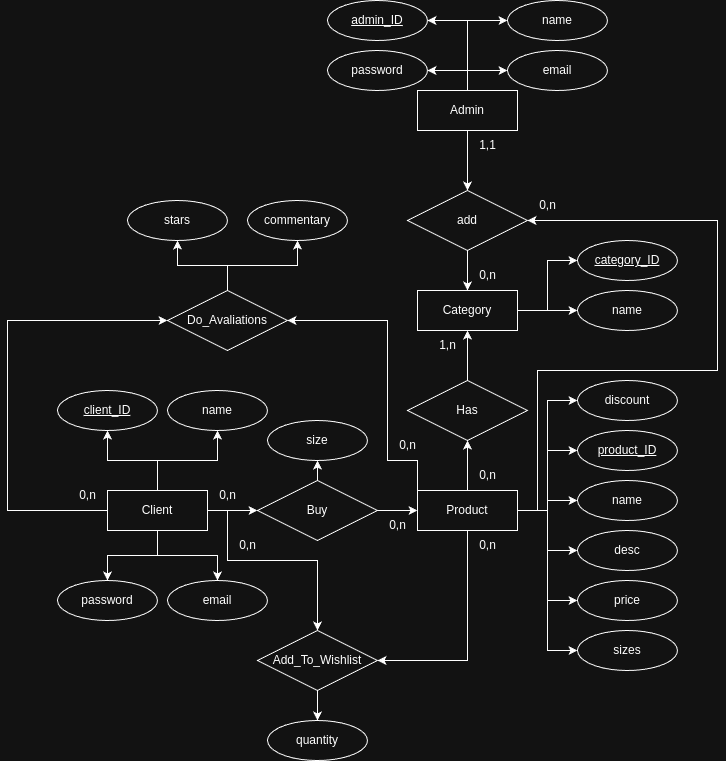
Alysson-Chrysthian/Kp-Esportes_Backend keeps this draw.io diagram as docs/db/KpEsportes_DB_MER.png. Above is the earlier version. Source tidied: cells renumbered, new cells last; positions are measured from the earlier drawing's top-left corner, leaving out a move shared by most shapes.
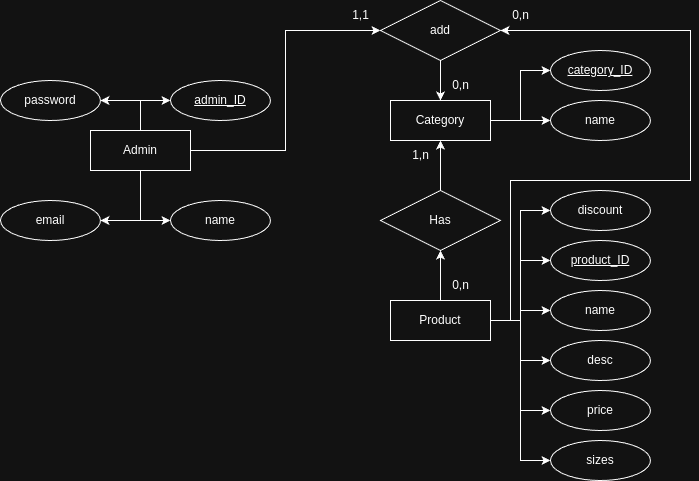
Above is the later version.

Diff of the diagram source:
```diff
@@ -2,32 +2,6 @@
   <root>
     <mxCell id="0" />
     <mxCell id="1" parent="0" />
-    <mxCell id="2" style="edgeStyle=none;rounded=0;jettySize=auto;html=1;" parent="1" edge="1" source="8" target="35">
-      <mxGeometry relative="1" as="geometry" />
-    </mxCell>
-    <mxCell id="3" style="edgeStyle=orthogonalEdgeStyle;rounded=0;jettySize=auto;html=1;entryX=0.5;entryY=1;entryDx=0;entryDy=0;" parent="1" edge="1" source="8" target="48">
-      <mxGeometry relative="1" as="geometry" />
-    </mxCell>
-    <mxCell id="4" style="edgeStyle=orthogonalEdgeStyle;rounded=0;jettySize=auto;html=1;entryX=0.5;entryY=1;entryDx=0;entryDy=0;" parent="1" edge="1" source="8" target="49">
-      <mxGeometry relative="1" as="geometry" />
-    </mxCell>
-    <mxCell id="5" style="edgeStyle=orthogonalEdgeStyle;rounded=0;jettySize=auto;html=1;entryX=0.5;entryY=0;entryDx=0;entryDy=0;" parent="1" edge="1" source="8" target="51">
-      <mxGeometry relative="1" as="geometry" />
-    </mxCell>
-    <mxCell id="6" style="edgeStyle=orthogonalEdgeStyle;rounded=0;jettySize=auto;html=1;entryX=0.5;entryY=0;entryDx=0;entryDy=0;" parent="1" edge="1" source="8" target="50">
-      <mxGeometry relative="1" as="geometry" />
-    </mxCell>
-    <mxCell id="7" style="edgeStyle=orthogonalEdgeStyle;rounded=0;jettySize=auto;html=1;entryX=0;entryY=0.5;entryDx=0;entryDy=0;elbow=vertical;exitX=0;exitY=0.5;exitDx=0;exitDy=0;" parent="1" edge="1" source="8" target="59">
-      <mxGeometry relative="1" as="geometry">
-        <Array as="points">
-          <mxPoint y="510" />
-          <mxPoint y="320" />
-        </Array>
-      </mxGeometry>
-    </mxCell>
-    <mxCell id="8" value="Client" style="whiteSpace=wrap;html=1;align=center;labelBackgroundColor=none;" parent="1" vertex="1">
-      <mxGeometry x="100" y="490" width="100" height="40" as="geometry" />
-    </mxCell>
     <mxCell id="9" style="edgeStyle=orthogonalEdgeStyle;rounded=0;jettySize=auto;html=1;entryX=0.5;entryY=1;entryDx=0;entryDy=0;labelBackgroundColor=none;fontColor=default;" parent="1" edge="1" source="19" target="30">
       <mxGeometry relative="1" as="geometry" />
     </mxCell>
@@ -49,18 +23,6 @@
     <mxCell id="15" style="edgeStyle=orthogonalEdgeStyle;rounded=0;jettySize=auto;html=1;entryX=0;entryY=0.5;entryDx=0;entryDy=0;" parent="1" edge="1" source="19" target="47">
       <mxGeometry relative="1" as="geometry" />
     </mxCell>
-    <mxCell id="16" style="edgeStyle=orthogonalEdgeStyle;rounded=0;jettySize=auto;html=1;entryX=1;entryY=0.5;entryDx=0;entryDy=0;elbow=vertical;exitX=0.5;exitY=1;exitDx=0;exitDy=0;" parent="1" edge="1" source="19" target="53">
-      <mxGeometry relative="1" as="geometry" />
-    </mxCell>
-    <mxCell id="17" style="edgeStyle=orthogonalEdgeStyle;rounded=0;jettySize=auto;html=1;exitX=0;exitY=0;exitDx=0;exitDy=0;entryX=1;entryY=0.5;entryDx=0;entryDy=0;elbow=vertical;" parent="1" edge="1" source="19" target="59">
-      <mxGeometry relative="1" as="geometry">
-        <Array as="points">
-          <mxPoint x="410" y="460" />
-          <mxPoint x="380" y="460" />
-          <mxPoint x="380" y="320" />
-        </Array>
-      </mxGeometry>
-    </mxCell>
     <mxCell id="18" style="edgeStyle=orthogonalEdgeStyle;rounded=0;jettySize=auto;html=1;entryX=1;entryY=0.5;entryDx=0;entryDy=0;elbow=vertical;" parent="1" edge="1" source="19" target="65">
       <mxGeometry relative="1" as="geometry">
         <Array as="points">
@@ -74,23 +36,23 @@
     <mxCell id="19" value="Product" style="whiteSpace=wrap;html=1;align=center;labelBackgroundColor=none;" parent="1" vertex="1">
       <mxGeometry x="410" y="490" width="100" height="40" as="geometry" />
     </mxCell>
-    <mxCell id="20" style="edgeStyle=orthogonalEdgeStyle;rounded=0;jettySize=auto;html=1;entryX=0.5;entryY=0;entryDx=0;entryDy=0;elbow=vertical;" parent="1" edge="1" source="25" target="65">
+    <mxCell id="20" style="edgeStyle=orthogonalEdgeStyle;rounded=0;jettySize=auto;html=1;entryX=0;entryY=0.5;entryDx=0;entryDy=0;elbow=vertical;" parent="1" edge="1" source="25" target="65">
       <mxGeometry relative="1" as="geometry" />
     </mxCell>
+    <mxCell id="22" style="edgeStyle=orthogonalEdgeStyle;rounded=0;jettySize=auto;html=1;entryX=1;entryY=0.5;entryDx=0;entryDy=0;elbow=vertical;exitX=0.5;exitY=0;exitDx=0;exitDy=0;" parent="1" edge="1" source="25" target="72">
+      <mxGeometry relative="1" as="geometry" />
+    </mxCell>
+    <mxCell id="24" style="edgeStyle=orthogonalEdgeStyle;rounded=0;jettySize=auto;html=1;entryX=0;entryY=0.5;entryDx=0;entryDy=0;" parent="1" edge="1" source="25" target="69">
+      <mxGeometry relative="1" as="geometry" />
+    </mxCell>
+    <mxCell id="23" style="edgeStyle=orthogonalEdgeStyle;rounded=0;jettySize=auto;html=1;exitX=0.5;exitY=1;exitDx=0;exitDy=0;entryX=0;entryY=0.5;entryDx=0;entryDy=0;" parent="1" edge="1" source="25" target="70">
+      <mxGeometry relative="1" as="geometry" />
+    </mxCell>
-    <mxCell id="21" style="edgeStyle=orthogonalEdgeStyle;rounded=0;jettySize=auto;html=1;entryX=0;entryY=0.5;entryDx=0;entryDy=0;elbow=vertical;exitX=0.5;exitY=0;exitDx=0;exitDy=0;" parent="1" edge="1" source="25" target="71">
+    <mxCell id="21" style="edgeStyle=orthogonalEdgeStyle;rounded=0;jettySize=auto;html=1;entryX=1;entryY=0.5;entryDx=0;entryDy=0;" parent="1" edge="1" source="25" target="71">
       <mxGeometry relative="1" as="geometry" />
     </mxCell>
-    <mxCell id="22" style="edgeStyle=orthogonalEdgeStyle;rounded=0;jettySize=auto;html=1;entryX=1;entryY=0.5;entryDx=0;entryDy=0;elbow=vertical;exitX=0.5;exitY=0;exitDx=0;exitDy=0;" parent="1" edge="1" source="25" target="72">
-      <mxGeometry relative="1" as="geometry" />
-    </mxCell>
-    <mxCell id="23" style="edgeStyle=orthogonalEdgeStyle;rounded=0;jettySize=auto;html=1;entryX=0;entryY=0.5;entryDx=0;entryDy=0;elbow=vertical;exitX=0.5;exitY=0;exitDx=0;exitDy=0;" parent="1" edge="1" source="25" target="70">
-      <mxGeometry relative="1" as="geometry" />
-    </mxCell>
-    <mxCell id="24" style="edgeStyle=orthogonalEdgeStyle;rounded=0;jettySize=auto;html=1;entryX=1;entryY=0.5;entryDx=0;entryDy=0;elbow=vertical;exitX=0.5;exitY=0;exitDx=0;exitDy=0;" parent="1" edge="1" source="25" target="69">
-      <mxGeometry relative="1" as="geometry" />
-    </mxCell>
     <mxCell id="25" value="Admin" style="whiteSpace=wrap;html=1;align=center;labelBackgroundColor=none;" parent="1" vertex="1">
-      <mxGeometry x="410" y="90" width="100" height="40" as="geometry" />
+      <mxGeometry x="110" y="320" width="100" height="40" as="geometry" />
     </mxCell>
     <mxCell id="26" style="edgeStyle=orthogonalEdgeStyle;rounded=0;jettySize=auto;html=1;entryX=0;entryY=0.5;entryDx=0;entryDy=0;" parent="1" edge="1" source="28" target="40">
       <mxGeometry relative="1" as="geometry" />
@@ -113,31 +75,6 @@
     <mxCell id="32" value="1,n" style="text;html=1;align=center;verticalAlign=middle;strokeColor=none;fillColor=none;labelBackgroundColor=none;" parent="1" vertex="1">
       <mxGeometry x="420" y="330" width="40" height="30" as="geometry" />
     </mxCell>
-    <mxCell id="33" style="edgeStyle=none;rounded=0;jettySize=auto;html=1;entryX=0.5;entryY=1;entryDx=0;entryDy=0;" parent="1" edge="1" source="35" target="36">
-      <mxGeometry relative="1" as="geometry" />
-    </mxCell>
-    <mxCell id="34" style="edgeStyle=none;rounded=0;jettySize=auto;html=1;entryX=0;entryY=0.5;entryDx=0;entryDy=0;" parent="1" edge="1" source="35" target="19">
-      <mxGeometry relative="1" as="geometry" />
-    </mxCell>
-    <mxCell id="35" value="Buy" style="shape=rhombus;perimeter=rhombusPerimeter;whiteSpace=wrap;html=1;align=center;labelBackgroundColor=none;" parent="1" vertex="1">
-      <mxGeometry x="250" y="480" width="120" height="60" as="geometry" />
-    </mxCell>
-    <mxCell id="36" value="size" style="ellipse;whiteSpace=wrap;html=1;align=center;labelBackgroundColor=none;" parent="1" vertex="1">
-      <mxGeometry x="260" y="420" width="100" height="40" as="geometry" />
-    </mxCell>
-    <mxCell id="37" style="edgeStyle=elbowEdgeStyle;rounded=0;jettySize=auto;elbow=vertical;html=1;entryX=0.5;entryY=0;entryDx=0;entryDy=0;" parent="1" edge="1" source="38" target="53">
-      <mxGeometry relative="1" as="geometry">
-        <Array as="points">
-          <mxPoint x="270" y="560" />
-        </Array>
-      </mxGeometry>
-    </mxCell>
-    <mxCell id="38" value="0,n" style="text;html=1;align=center;verticalAlign=middle;points=[];strokeColor=none;fillColor=none;" parent="1" vertex="1">
-      <mxGeometry x="200" y="480" width="40" height="30" as="geometry" />
-    </mxCell>
-    <mxCell id="39" value="0,n" style="text;html=1;align=center;verticalAlign=middle;strokeColor=none;fillColor=none;" parent="1" vertex="1">
-      <mxGeometry x="370" y="510" width="40" height="30" as="geometry" />
-    </mxCell>
     <mxCell id="40" value="category_ID" style="ellipse;whiteSpace=wrap;html=1;align=center;fontStyle=4;" parent="1" vertex="1">
       <mxGeometry x="570" y="240" width="100" height="40" as="geometry" />
     </mxCell>
@@ -162,54 +99,6 @@
     <mxCell id="47" value="sizes" style="ellipse;whiteSpace=wrap;html=1;align=center;" parent="1" vertex="1">
       <mxGeometry x="570" y="630" width="100" height="40" as="geometry" />
     </mxCell>
-    <mxCell id="48" value="client_ID" style="ellipse;whiteSpace=wrap;html=1;align=center;fontStyle=4;" parent="1" vertex="1">
-      <mxGeometry x="50" y="390" width="100" height="40" as="geometry" />
-    </mxCell>
-    <mxCell id="49" value="name" style="ellipse;whiteSpace=wrap;html=1;align=center;" parent="1" vertex="1">
-      <mxGeometry x="160" y="390" width="100" height="40" as="geometry" />
-    </mxCell>
-    <mxCell id="50" value="email&lt;span style=&quot;color: rgba(0, 0, 0, 0); font-family: monospace; font-size: 0px; text-align: start; text-wrap-mode: nowrap;&quot;&gt;%3CmxGraphModel%3E%3Croot%3E%3CmxCell%20id%3D%220%22%2F%3E%3CmxCell%20id%3D%221%22%20parent%3D%220%22%2F%3E%3CmxCell%20id%3D%222%22%20value%3D%22name%22%20style%3D%22ellipse%3BwhiteSpace%3Dwrap%3Bhtml%3D1%3Balign%3Dcenter%3B%22%20vertex%3D%221%22%20parent%3D%221%22%3E%3CmxGeometry%20x%3D%22210%22%20y%3D%22150%22%20width%3D%22100%22%20height%3D%2240%22%20as%3D%22geometry%22%2F%3E%3C%2FmxCell%3E%3C%2Froot%3E%3C%2FmxGraphModel%3E&lt;/span&gt;" style="ellipse;whiteSpace=wrap;html=1;align=center;" parent="1" vertex="1">
-      <mxGeometry x="160" y="580" width="100" height="40" as="geometry" />
-    </mxCell>
-    <mxCell id="51" value="password" style="ellipse;whiteSpace=wrap;html=1;align=center;" parent="1" vertex="1">
-      <mxGeometry x="50" y="580" width="100" height="40" as="geometry" />
-    </mxCell>
-    <mxCell id="52" style="edgeStyle=orthogonalEdgeStyle;rounded=0;jettySize=auto;html=1;entryX=0.5;entryY=0;entryDx=0;entryDy=0;elbow=vertical;" parent="1" edge="1" source="53" target="54">
-      <mxGeometry relative="1" as="geometry" />
-    </mxCell>
-    <mxCell id="53" value="Add_To_Wishlist" style="shape=rhombus;perimeter=rhombusPerimeter;whiteSpace=wrap;html=1;align=center;" parent="1" vertex="1">
-      <mxGeometry x="250" y="630" width="120" height="60" as="geometry" />
-    </mxCell>
-    <mxCell id="54" value="quantity" style="ellipse;whiteSpace=wrap;html=1;align=center;" parent="1" vertex="1">
-      <mxGeometry x="260" y="720" width="100" height="40" as="geometry" />
-    </mxCell>
-    <mxCell id="55" value="0,n" style="text;html=1;align=center;verticalAlign=middle;strokeColor=none;fillColor=none;" parent="1" vertex="1">
-      <mxGeometry x="220" y="530" width="40" height="30" as="geometry" />
-    </mxCell>
-    <mxCell id="56" value="0,n" style="text;html=1;align=center;verticalAlign=middle;strokeColor=none;fillColor=none;" parent="1" vertex="1">
-      <mxGeometry x="460" y="530" width="40" height="30" as="geometry" />
-    </mxCell>
-    <mxCell id="57" style="edgeStyle=orthogonalEdgeStyle;rounded=0;jettySize=auto;html=1;entryX=0.5;entryY=1;entryDx=0;entryDy=0;elbow=vertical;" parent="1" edge="1" source="59" target="62">
-      <mxGeometry relative="1" as="geometry" />
-    </mxCell>
-    <mxCell id="58" style="edgeStyle=orthogonalEdgeStyle;rounded=0;jettySize=auto;html=1;entryX=0.5;entryY=1;entryDx=0;entryDy=0;elbow=vertical;" parent="1" edge="1" source="59" target="63">
-      <mxGeometry relative="1" as="geometry" />
-    </mxCell>
-    <mxCell id="59" value="Do_Avaliations" style="shape=rhombus;perimeter=rhombusPerimeter;whiteSpace=wrap;html=1;align=center;" parent="1" vertex="1">
-      <mxGeometry x="160" y="290" width="120" height="60" as="geometry" />
-    </mxCell>
-    <mxCell id="60" value="0,n" style="text;html=1;align=center;verticalAlign=middle;strokeColor=none;fillColor=none;" parent="1" vertex="1">
-      <mxGeometry x="60" y="480" width="40" height="30" as="geometry" />
-    </mxCell>
-    <mxCell id="61" value="0,n" style="text;html=1;align=center;verticalAlign=middle;strokeColor=none;fillColor=none;" parent="1" vertex="1">
-      <mxGeometry x="380" y="430" width="40" height="30" as="geometry" />
-    </mxCell>
-    <mxCell id="62" value="commentary" style="ellipse;whiteSpace=wrap;html=1;align=center;" parent="1" vertex="1">
-      <mxGeometry x="240" y="200" width="100" height="40" as="geometry" />
-    </mxCell>
-    <mxCell id="63" value="stars" style="ellipse;whiteSpace=wrap;html=1;align=center;" parent="1" vertex="1">
-      <mxGeometry x="120" y="200" width="100" height="40" as="geometry" />
-    </mxCell>
     <mxCell id="64" style="edgeStyle=orthogonalEdgeStyle;rounded=0;jettySize=auto;html=1;entryX=0.5;entryY=0;entryDx=0;entryDy=0;elbow=vertical;" parent="1" edge="1" source="65" target="28">
       <mxGeometry relative="1" as="geometry" />
     </mxCell>
@@ -220,22 +109,22 @@
       <mxGeometry x="460" y="260" width="40" height="30" as="geometry" />
     </mxCell>
     <mxCell id="67" value="1,1" style="text;html=1;align=center;verticalAlign=middle;strokeColor=none;fillColor=none;" parent="1" vertex="1">
-      <mxGeometry x="460" y="130" width="40" height="30" as="geometry" />
+      <mxGeometry x="360" y="190" width="40" height="30" as="geometry" />
     </mxCell>
     <mxCell id="68" value="0,n" style="text;html=1;align=center;verticalAlign=middle;strokeColor=none;fillColor=none;" parent="1" vertex="1">
       <mxGeometry x="520" y="190" width="40" height="30" as="geometry" />
     </mxCell>
     <mxCell id="69" value="admin_ID" style="ellipse;whiteSpace=wrap;html=1;align=center;fontStyle=4;" parent="1" vertex="1">
-      <mxGeometry x="320" width="100" height="40" as="geometry" />
+      <mxGeometry x="190" y="270" width="100" height="40" as="geometry" />
     </mxCell>
     <mxCell id="70" value="name" style="ellipse;whiteSpace=wrap;html=1;align=center;" parent="1" vertex="1">
-      <mxGeometry x="500" width="100" height="40" as="geometry" />
+      <mxGeometry x="190" y="390" width="100" height="40" as="geometry" />
     </mxCell>
     <mxCell id="71" value="email&lt;span style=&quot;color: rgba(0, 0, 0, 0); font-family: monospace; font-size: 0px; text-align: start; text-wrap-mode: nowrap;&quot;&gt;%3CmxGraphModel%3E%3Croot%3E%3CmxCell%20id%3D%220%22%2F%3E%3CmxCell%20id%3D%221%22%20parent%3D%220%22%2F%3E%3CmxCell%20id%3D%222%22%20value%3D%22name%22%20style%3D%22ellipse%3BwhiteSpace%3Dwrap%3Bhtml%3D1%3Balign%3Dcenter%3B%22%20vertex%3D%221%22%20parent%3D%221%22%3E%3CmxGeometry%20x%3D%22210%22%20y%3D%22150%22%20width%3D%22100%22%20height%3D%2240%22%20as%3D%22geometry%22%2F%3E%3C%2FmxCell%3E%3C%2Froot%3E%3C%2FmxGraphModel%3E&lt;/span&gt;" style="ellipse;whiteSpace=wrap;html=1;align=center;" parent="1" vertex="1">
-      <mxGeometry x="500" y="50" width="100" height="40" as="geometry" />
+      <mxGeometry x="20" y="390" width="100" height="40" as="geometry" />
     </mxCell>
     <mxCell id="72" value="password" style="ellipse;whiteSpace=wrap;html=1;align=center;" parent="1" vertex="1">
-      <mxGeometry x="320" y="50" width="100" height="40" as="geometry" />
+      <mxGeometry x="20" y="270" width="100" height="40" as="geometry" />
     </mxCell>
   </root>
 </mxGraphModel>
```
